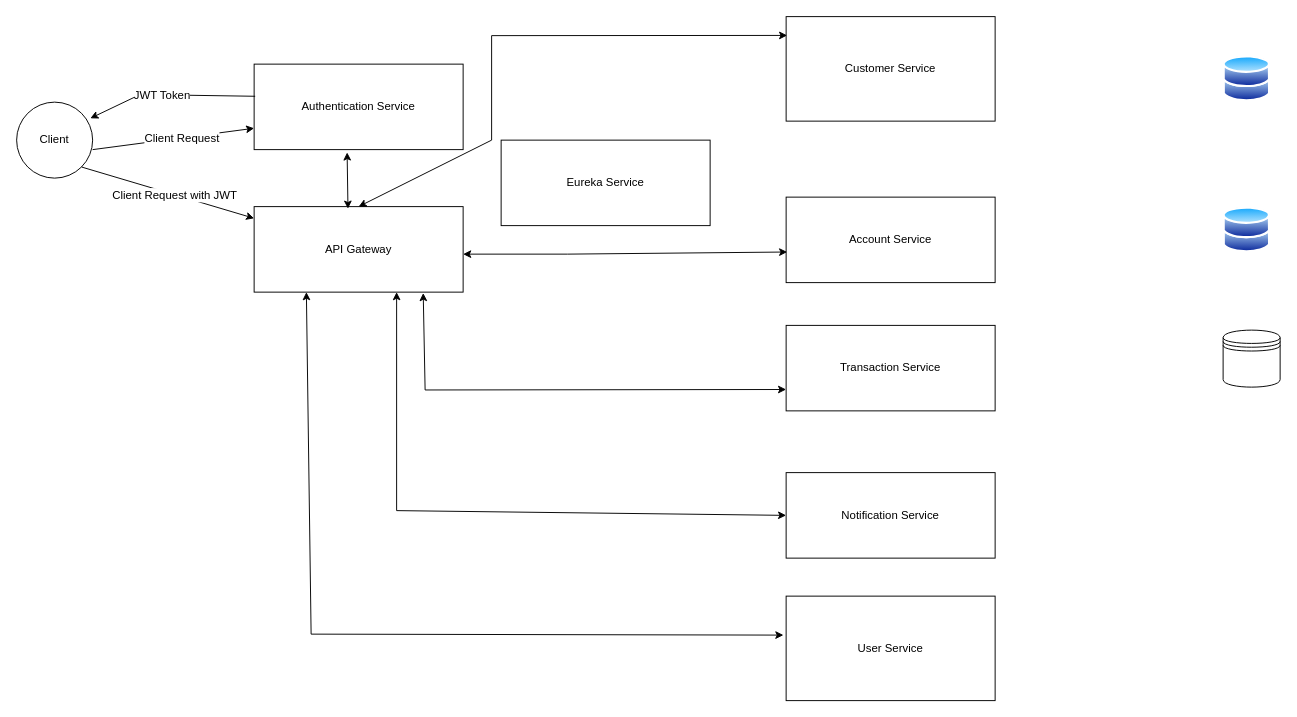
The draw.io diagram Untitled Diagram.drawio in meyash14/MAVPOC, before the edit. Source tidied: cells renumbered, new cells numbered last; positions are measured from the earlier drawing's top-left corner, leaving out a move shared by most shapes. Both pictures are drawn from the tidied source at 95%, with x=0, y=0 at pixel (16, 16).
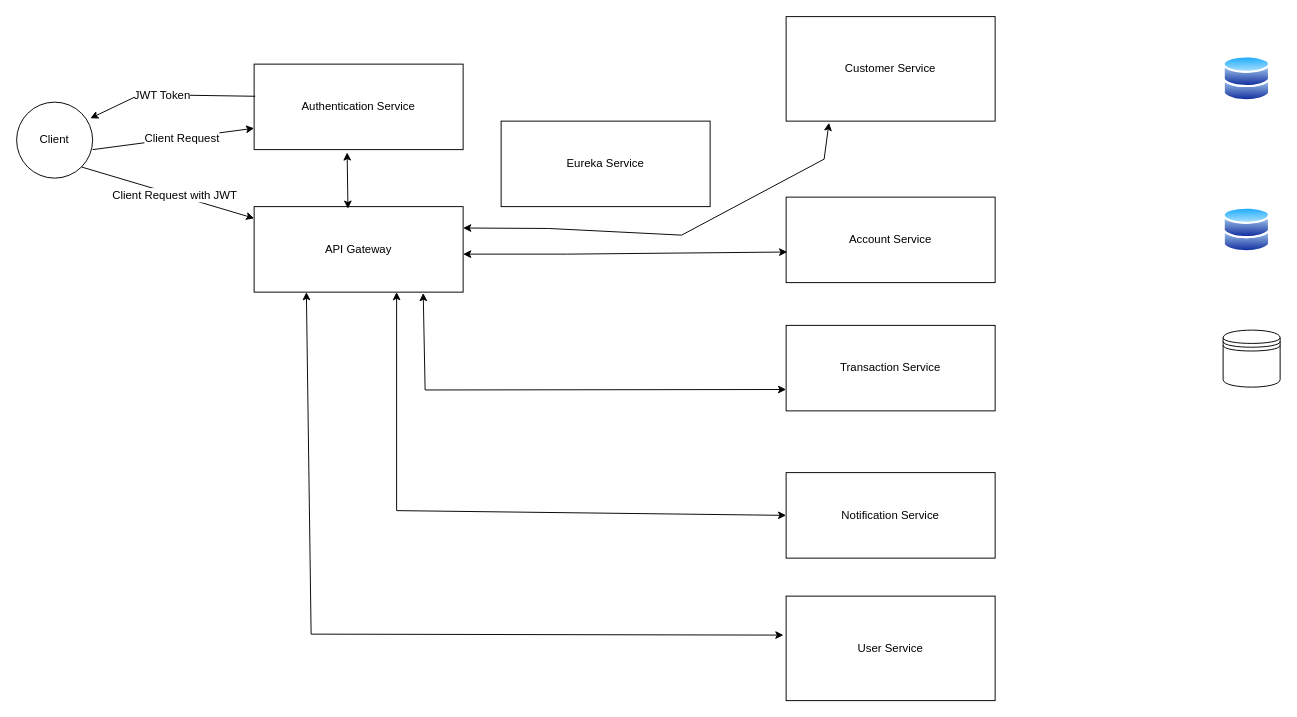
The same page after the edit.

Unchanged cells that the change refers to:
```xml
<mxCell id="3" value="Customer Service" style="rounded=0;whiteSpace=wrap;html=1;" parent="1" vertex="1">
  <mxGeometry x="810" width="220" height="110" as="geometry" />
</mxCell>
<mxCell id="5" value="API Gateway" style="rounded=0;whiteSpace=wrap;html=1;" parent="1" vertex="1">
  <mxGeometry x="250" y="200" width="220" height="90" as="geometry" />
</mxCell>
```

The edit, as a diff of the source:
```diff
@@
     <mxCell id="7" value="Eureka Service" style="rounded=0;whiteSpace=wrap;html=1;" parent="1" vertex="1">
-      <mxGeometry x="510" y="130" width="220" height="90" as="geometry" />
+      <mxGeometry x="510" y="110" width="220" height="90" as="geometry" />
     </mxCell>
@@
-    <mxCell id="16" style="endArrow=classic;startArrow=classic;html=1;rounded=0;exitX=0.5;exitY=0;exitDx=0;exitDy=0;entryX=0.005;entryY=0.18;entryDx=0;entryDy=0;entryPerimeter=0;" parent="1" edge="1" source="5" target="3">
+    <mxCell id="16" style="endArrow=classic;startArrow=classic;html=1;rounded=0;exitX=1;exitY=0.25;exitDx=0;exitDy=0;entryX=0.205;entryY=1.016;entryDx=0;entryDy=0;entryPerimeter=0;" parent="1" edge="1" source="5" target="3">
       <mxGeometry relative="1" as="geometry">
         <Array as="points">
-          <mxPoint x="500" y="130" />
-          <mxPoint x="500" y="20" />
+          <mxPoint x="560" y="223" />
+          <mxPoint x="700" y="230" />
+          <mxPoint x="850" y="150" />
         </Array>
       </mxGeometry>
     </mxCell>
```
